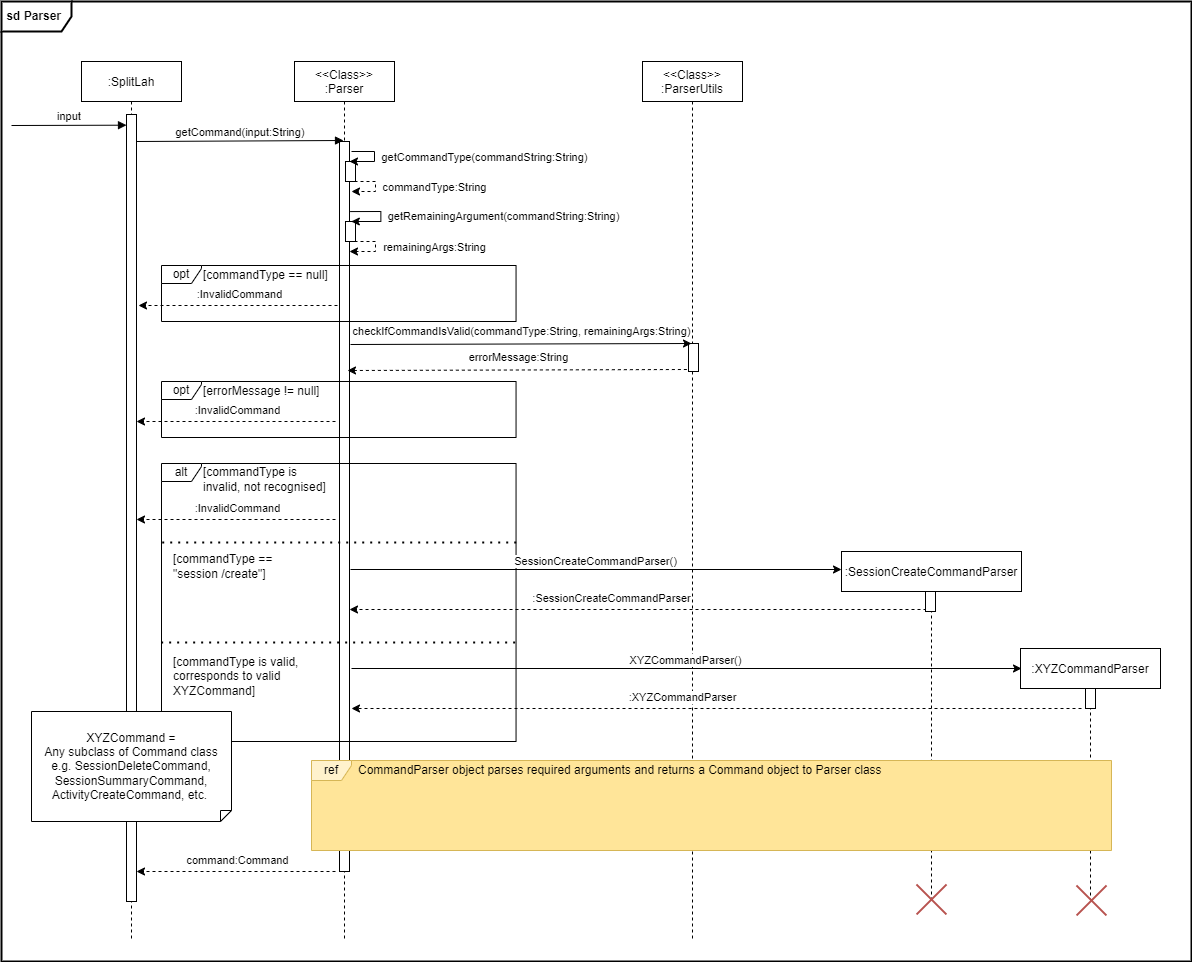
nus-cs2113-AY2122S2/tp keeps this draw.io diagram as docs/images/developerguide/RefParser.drawio.png. Above is the earlier version. Source tidied: cells renumbered, new cells last; positions are measured from the earlier drawing's top-left corner, leaving out a move shared by most shapes.
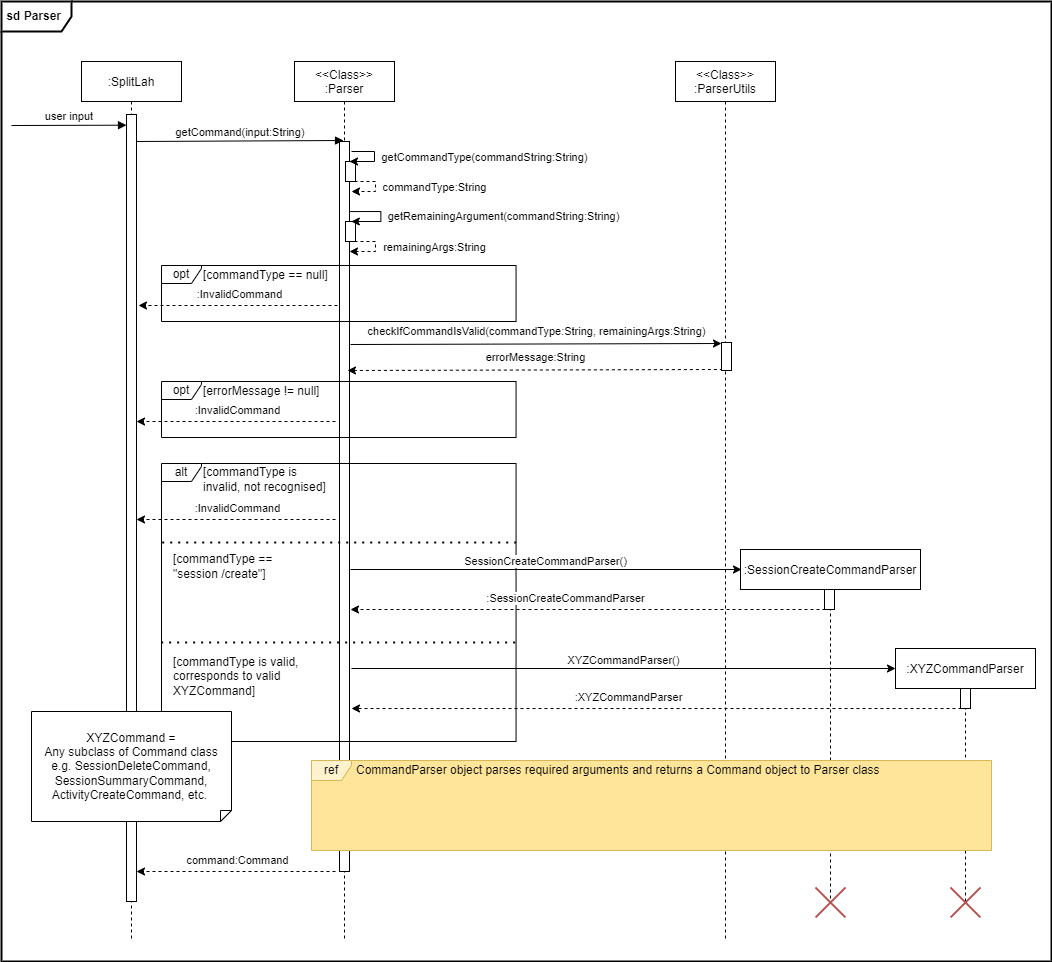
After the commit.

Change to the diagram source:
```diff
@@ -3,7 +3,7 @@
     <mxCell id="0" />
     <mxCell id="1" parent="0" />
     <mxCell id="2" value="&lt;b&gt;&amp;nbsp;sd Parser&lt;/b&gt;" style="shape=umlFrame;whiteSpace=wrap;html=1;width=70;height=30;align=left;strokeWidth=2;" parent="1" vertex="1">
-      <mxGeometry width="1190" height="960" as="geometry" />
+      <mxGeometry width="1050" height="960" as="geometry" />
     </mxCell>
     <mxCell id="3" value=":SplitLah" style="shape=umlLifeline;perimeter=lifelinePerimeter;rounded=0;shadow=0;strokeWidth=1;fillColor=#FFFFFF;" parent="1" vertex="1">
       <mxGeometry x="80" y="60" width="100" height="880" as="geometry" />
@@ -35,7 +35,7 @@
         <mxPoint x="342" y="139" as="targetPoint" />
       </mxGeometry>
     </mxCell>
-    <mxCell id="10" value="input" style="verticalAlign=bottom;endArrow=block;shadow=0;strokeWidth=1;entryX=0;entryY=0.024;entryDx=0;entryDy=0;entryPerimeter=0;" parent="1" edge="1">
+    <mxCell id="10" value="user input" style="verticalAlign=bottom;endArrow=block;shadow=0;strokeWidth=1;entryX=0;entryY=0.024;entryDx=0;entryDy=0;entryPerimeter=0;" parent="1" edge="1">
       <mxGeometry relative="1" as="geometry">
         <mxPoint x="10" y="124" as="sourcePoint" />
         <mxPoint x="125" y="123.7" as="targetPoint" />
@@ -96,27 +96,27 @@
       <mxGeometry x="160" y="462" width="354.6" height="278" as="geometry" />
     </mxCell>
     <mxCell id="19" value="&lt;&lt;Class&gt;&gt;&#10;:ParserUtils" style="shape=umlLifeline;perimeter=lifelinePerimeter;rounded=0;shadow=0;strokeWidth=1;fillColor=#FFFFFF;" parent="1" vertex="1">
-      <mxGeometry x="641" y="60" width="100" height="880" as="geometry" />
+      <mxGeometry x="674" y="60" width="100" height="880" as="geometry" />
     </mxCell>
     <mxCell id="20" style="perimeter=orthogonalPerimeter;rounded=0;shadow=0;strokeWidth=1;fillColor=#FFFFFF;" parent="19" vertex="1">
-      <mxGeometry x="46" y="282" width="10" height="28" as="geometry" />
+      <mxGeometry x="46" y="281" width="10" height="28" as="geometry" />
     </mxCell>
     <mxCell id="21" value=":SessionCreateCommandParser" style="endArrow=classic;html=1;rounded=0;entryX=0.106;entryY=0.562;entryDx=0;entryDy=0;entryPerimeter=0;dashed=1;" parent="19" edge="1">
       <mxGeometry x="0.09" y="-11" relative="1" as="geometry">
-        <mxPoint x="284" y="548" as="sourcePoint" />
-        <mxPoint x="-293" y="548" as="targetPoint" />
+        <mxPoint x="150" y="548" as="sourcePoint" />
+        <mxPoint x="-325" y="548" as="targetPoint" />
       </mxGeometry>
     </mxCell>
     <mxCell id="22" value="checkIfCommandIsValid(commandType:String, remainingArgs:String)" style="endArrow=classic;html=1;rounded=0;" parent="1" edge="1">
       <mxGeometry y="12" relative="1" as="geometry">
         <mxPoint x="349" y="343" as="sourcePoint" />
-        <mxPoint x="690" y="342" as="targetPoint" />
+        <mxPoint x="720" y="342" as="targetPoint" />
       </mxGeometry>
     </mxCell>
     <mxCell id="23" value="errorMessage:String" style="endArrow=none;html=1;rounded=0;startArrow=classic;startFill=1;endFill=0;dashed=1;" parent="1" edge="1">
       <mxGeometry y="12" relative="1" as="geometry">
         <mxPoint x="346" y="369" as="sourcePoint" />
-        <mxPoint x="687" y="368" as="targetPoint" />
+        <mxPoint x="720" y="368" as="targetPoint" />
       </mxGeometry>
     </mxCell>
     <mxCell id="24" style="group;" parent="1" vertex="1">
@@ -150,7 +150,7 @@
       </mxGeometry>
     </mxCell>
     <mxCell id="33" value=":XYZCommandParser" style="shape=umlLifeline;perimeter=lifelinePerimeter;rounded=0;shadow=0;strokeWidth=1;fillColor=#FFFFFF;" parent="1" vertex="1">
-      <mxGeometry x="1019" y="647" width="140" height="253" as="geometry" />
+      <mxGeometry x="894" y="647" width="140" height="253" as="geometry" />
     </mxCell>
     <mxCell id="34" style="perimeter=orthogonalPerimeter;rounded=0;shadow=0;strokeWidth=1;fillColor=#FFFFFF;" parent="33" vertex="1">
       <mxGeometry x="65" y="40" width="10" height="20" as="geometry" />
@@ -158,7 +158,7 @@
     <mxCell id="35" value="XYZCommandParser()" style="endArrow=classic;html=1;rounded=0;entryX=-0.01;entryY=0.033;entryDx=0;entryDy=0;entryPerimeter=0;" parent="1" edge="1">
       <mxGeometry y="8" relative="1" as="geometry">
         <mxPoint x="350" y="667" as="sourcePoint" />
-        <mxPoint x="1020" y="667" as="targetPoint" />
+        <mxPoint x="894" y="667" as="targetPoint" />
       </mxGeometry>
     </mxCell>
     <mxCell id="36" value=":InvalidCommand" style="endArrow=classic;html=1;rounded=0;dashed=1;" parent="1" edge="1">
@@ -181,12 +181,12 @@
     </mxCell>
     <mxCell id="40" value=":XYZCommandParser" style="endArrow=classic;html=1;rounded=0;entryX=0.106;entryY=0.562;entryDx=0;entryDy=0;entryPerimeter=0;dashed=1;" parent="1" edge="1">
       <mxGeometry x="0.09" y="-11" relative="1" as="geometry">
-        <mxPoint x="1080" y="707" as="sourcePoint" />
+        <mxPoint x="960" y="707" as="sourcePoint" />
         <mxPoint x="350" y="707" as="targetPoint" />
       </mxGeometry>
     </mxCell>
     <mxCell id="41" value=":SessionCreateCommandParser" style="shape=umlLifeline;perimeter=lifelinePerimeter;rounded=0;shadow=0;strokeWidth=1;fillColor=#FFFFFF;" parent="1" vertex="1">
-      <mxGeometry x="840" y="550" width="180" height="350" as="geometry" />
+      <mxGeometry x="739" y="548" width="180" height="350" as="geometry" />
     </mxCell>
     <mxCell id="42" style="perimeter=orthogonalPerimeter;rounded=0;shadow=0;strokeWidth=1;fillColor=#FFFFFF;" parent="41" vertex="1">
       <mxGeometry x="84" y="40" width="10" height="20" as="geometry" />
@@ -194,29 +194,29 @@
     <mxCell id="43" value="SessionCreateCommandParser()" style="endArrow=classic;html=1;rounded=0;entryX=-0.01;entryY=0.033;entryDx=0;entryDy=0;entryPerimeter=0;" parent="1" edge="1">
       <mxGeometry y="8" relative="1" as="geometry">
         <mxPoint x="349" y="568" as="sourcePoint" />
-        <mxPoint x="840" y="568" as="targetPoint" />
+        <mxPoint x="740" y="568" as="targetPoint" />
       </mxGeometry>
     </mxCell>
     <mxCell id="44" style="group;" parent="1" vertex="1">
-      <mxGeometry x="310" y="759" width="800" height="90" as="geometry" />
+      <mxGeometry x="310" y="759" width="680" height="90" as="geometry" />
     </mxCell>
     <mxCell id="45" style="html=1;strokeColor=none;fillColor=#FFE599;" parent="44" vertex="1">
-      <mxGeometry width="800" height="90" as="geometry" />
+      <mxGeometry width="680" height="90" as="geometry" />
     </mxCell>
     <mxCell id="46" style="group;" parent="44" vertex="1">
-      <mxGeometry width="800" height="90" as="geometry" />
+      <mxGeometry width="680" height="90" as="geometry" />
     </mxCell>
     <mxCell id="47" value="ref" style="shape=umlFrame;whiteSpace=wrap;html=1;width=40;height=20;fillColor=#fff2cc;strokeColor=#d6b656;" parent="46" vertex="1">
-      <mxGeometry width="800" height="90" as="geometry" />
+      <mxGeometry width="680" height="90" as="geometry" />
     </mxCell>
     <mxCell id="48" value="CommandParser object parses required arguments and returns a Command object to Parser class" style="text;html=1;align=left;verticalAlign=middle;strokeColor=none;fillColor=none;" parent="46" vertex="1">
-      <mxGeometry x="45" width="540" height="20" as="geometry" />
+      <mxGeometry x="43.2" width="540" height="20" as="geometry" />
     </mxCell>
     <mxCell id="49" style="shape=umlDestroy;whiteSpace=wrap;html=1;strokeWidth=2;fillColor=#f8cecc;strokeColor=#b85450;" parent="1" vertex="1">
-      <mxGeometry x="915" y="883" width="30" height="30" as="geometry" />
+      <mxGeometry x="814" y="886" width="30" height="30" as="geometry" />
     </mxCell>
     <mxCell id="50" style="shape=umlDestroy;whiteSpace=wrap;html=1;strokeWidth=2;fillColor=#f8cecc;strokeColor=#b85450;" parent="1" vertex="1">
-      <mxGeometry x="1075" y="884" width="30" height="30" as="geometry" />
+      <mxGeometry x="949" y="886" width="30" height="30" as="geometry" />
     </mxCell>
     <mxCell id="51" value="XYZCommand =&lt;br&gt;Any subclass of Command class&lt;br&gt;e.g. SessionDeleteCommand,&lt;br&gt;SessionSummaryCommand,&lt;br&gt;ActivityCreateCommand, etc.&amp;nbsp;" style="shape=note;size=11;whiteSpace=wrap;html=1;flipV=1;" parent="1" vertex="1">
       <mxGeometry x="30" y="710" width="200" height="110" as="geometry" />
```
